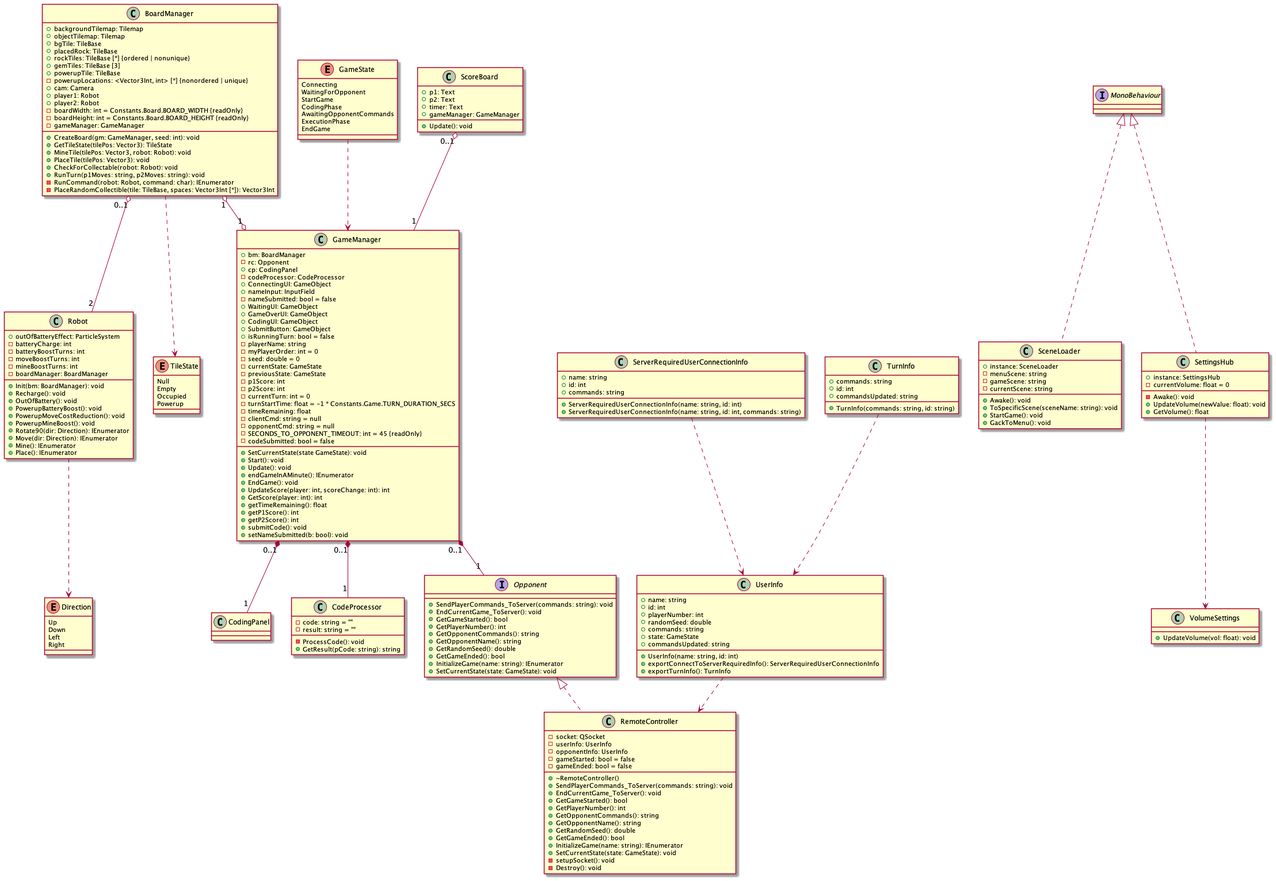
This is docs/class_diagrams/out/robot_movement.png from cs130-w21/13, a PlantUML export, as it was before one commit.
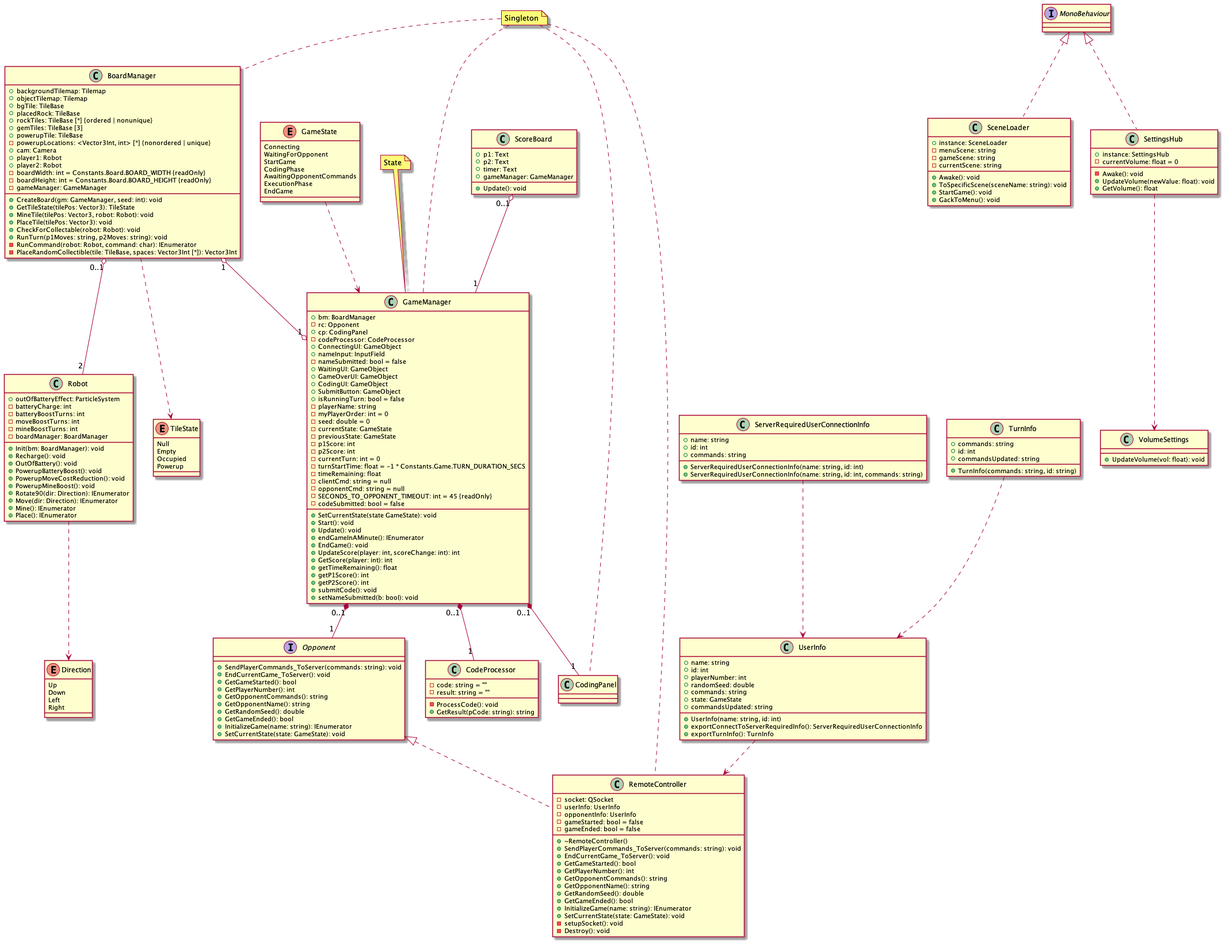
After the commit.

The edit, as a diff of the source:
```diff
@@ -75,6 +75,14 @@
     EndGame
 }
 GameState ..> GameManager
+
+note "State" as n3
+n3 .. GameManager
+note "Singleton" as n4
+n4 .. GameManager
+n4 .. BoardManager
+n4 .. RemoteController
+n4 .. CodingPanel
 
 class GameManager {
     + bm: BoardManager
```
